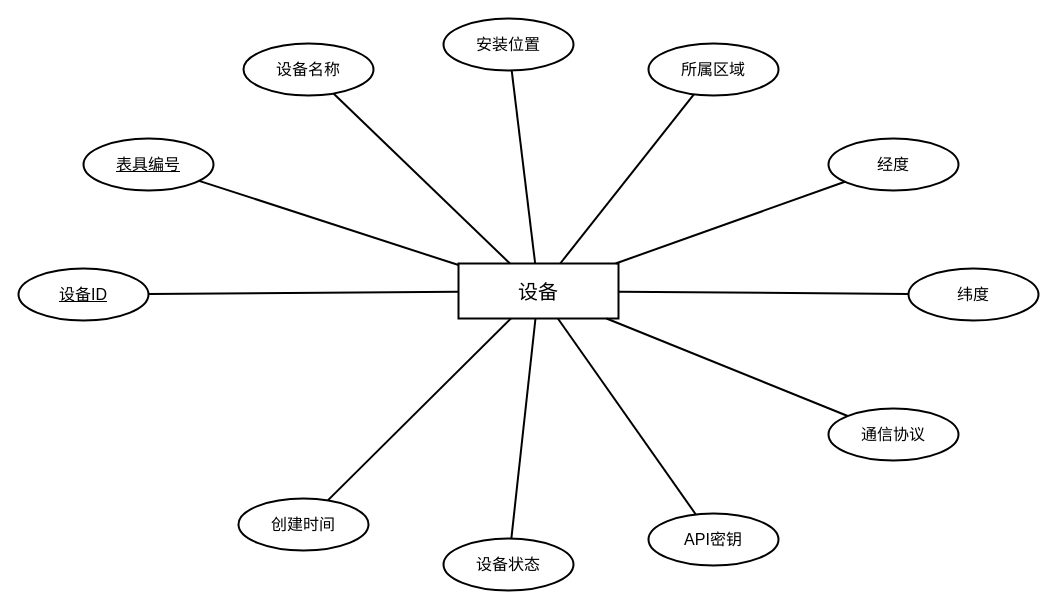
Earlier version of the draw.io diagram pictures_drawio/设备E-R图.drawio (solisW/my_thesis_system). Source tidied: cells renumbered, new cells numbered last; positions are measured from the earlier drawing's top-left corner, leaving out a move shared by most shapes. Both pictures are drawn from the tidied source at 100%, with x=0, y=0 at pixel (18, 18).
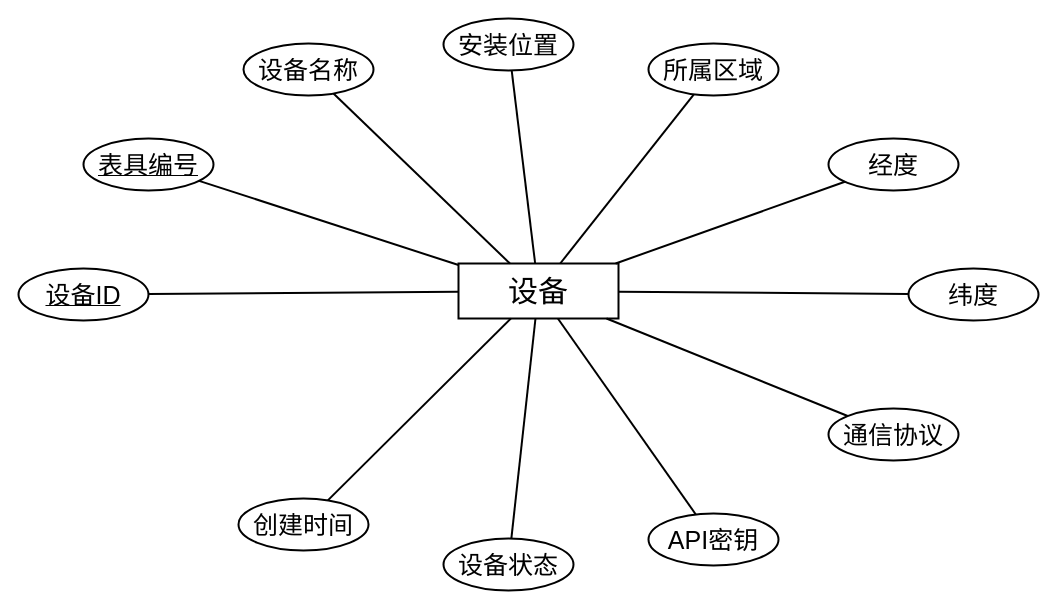
The same diagram, later.

The edit, as a diff of the source:
```diff
@@
-    <mxCell id="2" value="设备" style="rounded=0;whiteSpace=wrap;html=1;fillColor=#ffffff;strokeColor=#000000;strokeWidth=2;fontSize=20;" parent="1" vertex="1">
+    <mxCell id="2" value="&lt;font style=&quot;font-size: 30px;&quot;&gt;设备&lt;/font&gt;" style="rounded=0;whiteSpace=wrap;html=1;fillColor=#ffffff;strokeColor=#000000;strokeWidth=2;fontSize=20;" parent="1" vertex="1">
       <mxGeometry x="440" y="245" width="160" height="55" as="geometry" />
     </mxCell>
-    <mxCell id="3" value="&lt;u&gt;设备ID&lt;/u&gt;" style="ellipse;whiteSpace=wrap;html=1;fillColor=#ffffff;strokeColor=#000000;strokeWidth=2;fontSize=16;" parent="1" vertex="1">
+    <mxCell id="3" value="&lt;u&gt;&lt;font style=&quot;font-size: 25px;&quot;&gt;设备ID&lt;/font&gt;&lt;/u&gt;" style="ellipse;whiteSpace=wrap;html=1;fillColor=#ffffff;strokeColor=#000000;strokeWidth=2;fontSize=16;" parent="1" vertex="1">
       <mxGeometry y="250" width="130" height="52" as="geometry" />
     </mxCell>
@@
-    <mxCell id="5" value="&lt;u&gt;表具编号&lt;/u&gt;" style="ellipse;whiteSpace=wrap;html=1;fillColor=#ffffff;strokeColor=#000000;strokeWidth=2;fontSize=16;" parent="1" vertex="1">
+    <mxCell id="5" value="&lt;u&gt;&lt;font style=&quot;font-size: 25px;&quot;&gt;表具编号&lt;/font&gt;&lt;/u&gt;" style="ellipse;whiteSpace=wrap;html=1;fillColor=#ffffff;strokeColor=#000000;strokeWidth=2;fontSize=16;" parent="1" vertex="1">
       <mxGeometry x="65" y="120" width="130" height="52" as="geometry" />
     </mxCell>
@@
-    <mxCell id="7" value="设备名称" style="ellipse;whiteSpace=wrap;html=1;fillColor=#ffffff;strokeColor=#000000;strokeWidth=2;fontSize=16;" parent="1" vertex="1">
+    <mxCell id="7" value="&lt;font style=&quot;font-size: 25px;&quot;&gt;设备名称&lt;/font&gt;" style="ellipse;whiteSpace=wrap;html=1;fillColor=#ffffff;strokeColor=#000000;strokeWidth=2;fontSize=16;" parent="1" vertex="1">
       <mxGeometry x="225" y="25" width="130" height="52" as="geometry" />
     </mxCell>
@@
-    <mxCell id="9" value="安装位置" style="ellipse;whiteSpace=wrap;html=1;fillColor=#ffffff;strokeColor=#000000;strokeWidth=2;fontSize=16;" parent="1" vertex="1">
+    <mxCell id="9" value="&lt;font style=&quot;font-size: 25px;&quot;&gt;安装位置&lt;/font&gt;" style="ellipse;whiteSpace=wrap;html=1;fillColor=#ffffff;strokeColor=#000000;strokeWidth=2;fontSize=16;" parent="1" vertex="1">
       <mxGeometry x="425" width="130" height="52" as="geometry" />
     </mxCell>
@@
-    <mxCell id="11" value="所属区域" style="ellipse;whiteSpace=wrap;html=1;fillColor=#ffffff;strokeColor=#000000;strokeWidth=2;fontSize=16;" parent="1" vertex="1">
+    <mxCell id="11" value="&lt;font style=&quot;font-size: 25px;&quot;&gt;所属区域&lt;/font&gt;" style="ellipse;whiteSpace=wrap;html=1;fillColor=#ffffff;strokeColor=#000000;strokeWidth=2;fontSize=16;" parent="1" vertex="1">
       <mxGeometry x="630" y="25" width="130" height="52" as="geometry" />
     </mxCell>
@@
-    <mxCell id="13" value="经度" style="ellipse;whiteSpace=wrap;html=1;fillColor=#ffffff;strokeColor=#000000;strokeWidth=2;fontSize=16;" parent="1" vertex="1">
+    <mxCell id="13" value="&lt;font style=&quot;font-size: 25px;&quot;&gt;经度&lt;/font&gt;" style="ellipse;whiteSpace=wrap;html=1;fillColor=#ffffff;strokeColor=#000000;strokeWidth=2;fontSize=16;" parent="1" vertex="1">
       <mxGeometry x="810" y="120" width="130" height="52" as="geometry" />
     </mxCell>
@@
-    <mxCell id="15" value="纬度" style="ellipse;whiteSpace=wrap;html=1;fillColor=#ffffff;strokeColor=#000000;strokeWidth=2;fontSize=16;" parent="1" vertex="1">
+    <mxCell id="15" value="&lt;font style=&quot;font-size: 25px;&quot;&gt;纬度&lt;/font&gt;" style="ellipse;whiteSpace=wrap;html=1;fillColor=#ffffff;strokeColor=#000000;strokeWidth=2;fontSize=16;" parent="1" vertex="1">
       <mxGeometry x="890" y="250" width="130" height="52" as="geometry" />
     </mxCell>
@@
-    <mxCell id="17" value="通信协议" style="ellipse;whiteSpace=wrap;html=1;fillColor=#ffffff;strokeColor=#000000;strokeWidth=2;fontSize=16;" parent="1" vertex="1">
+    <mxCell id="17" value="&lt;font style=&quot;font-size: 25px;&quot;&gt;通信协议&lt;/font&gt;" style="ellipse;whiteSpace=wrap;html=1;fillColor=#ffffff;strokeColor=#000000;strokeWidth=2;fontSize=16;" parent="1" vertex="1">
       <mxGeometry x="810" y="390" width="130" height="52" as="geometry" />
     </mxCell>
@@
-    <mxCell id="19" value="API密钥" style="ellipse;whiteSpace=wrap;html=1;fillColor=#ffffff;strokeColor=#000000;strokeWidth=2;fontSize=16;" parent="1" vertex="1">
+    <mxCell id="19" value="&lt;font style=&quot;font-size: 25px;&quot;&gt;API密钥&lt;/font&gt;" style="ellipse;whiteSpace=wrap;html=1;fillColor=#ffffff;strokeColor=#000000;strokeWidth=2;fontSize=16;" parent="1" vertex="1">
       <mxGeometry x="630" y="495" width="130" height="52" as="geometry" />
     </mxCell>
@@
-    <mxCell id="21" value="设备状态" style="ellipse;whiteSpace=wrap;html=1;fillColor=#ffffff;strokeColor=#000000;strokeWidth=2;fontSize=16;" parent="1" vertex="1">
+    <mxCell id="21" value="&lt;font style=&quot;font-size: 25px;&quot;&gt;设备状态&lt;/font&gt;" style="ellipse;whiteSpace=wrap;html=1;fillColor=#ffffff;strokeColor=#000000;strokeWidth=2;fontSize=16;" parent="1" vertex="1">
       <mxGeometry x="425" y="520" width="130" height="52" as="geometry" />
     </mxCell>
@@
-    <mxCell id="23" value="创建时间" style="ellipse;whiteSpace=wrap;html=1;fillColor=#ffffff;strokeColor=#000000;strokeWidth=2;fontSize=16;" parent="1" vertex="1">
+    <mxCell id="23" value="&lt;font style=&quot;font-size: 25px;&quot;&gt;创建时间&lt;/font&gt;" style="ellipse;whiteSpace=wrap;html=1;fillColor=#ffffff;strokeColor=#000000;strokeWidth=2;fontSize=16;" parent="1" vertex="1">
       <mxGeometry x="220" y="480" width="130" height="52" as="geometry" />
     </mxCell>
```
